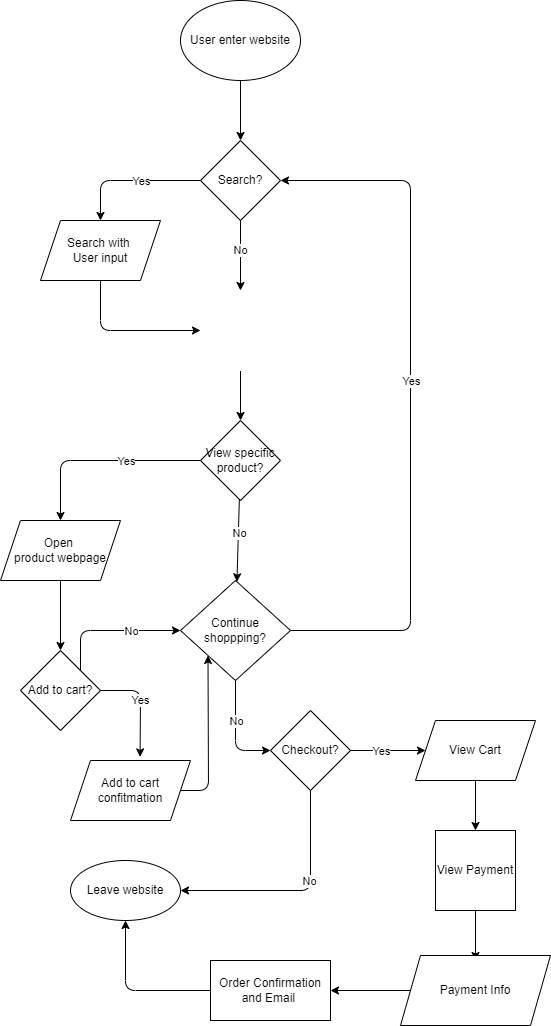
This is explore/diagramming/diagram.drawio.png from pootis2/fa22-cse110-lab4, a draw.io export, as it was before one commit. Source tidied: cells renumbered, new cells last; positions are measured from the earlier drawing's top-left corner, leaving out a move shared by most shapes.
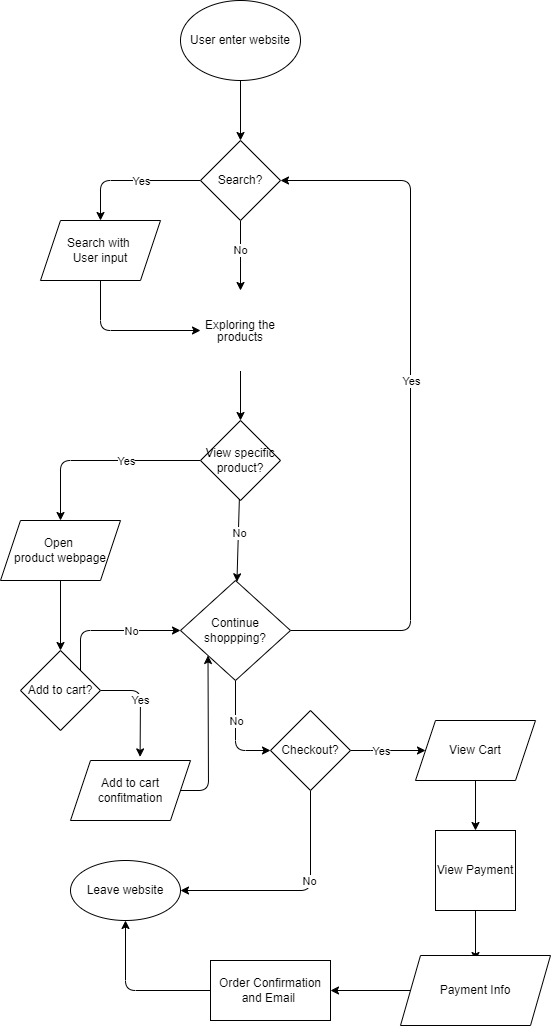
Above is the later version.

Diff of the diagram source:
```diff
@@ -37,7 +37,7 @@
     <mxCell id="10" style="edgeStyle=none;html=1;exitX=0.5;exitY=1;exitDx=0;exitDy=0;entryX=0.5;entryY=0;entryDx=0;entryDy=0;" parent="1" edge="1" source="11" target="16">
       <mxGeometry relative="1" as="geometry" />
     </mxCell>
-    <mxCell id="11" value="&lt;p style=&quot;line-height: 100%;&quot;&gt;&lt;span style=&quot;font-family: &amp;quot;Lato Extended&amp;quot;, Lato, &amp;quot;Helvetica Neue&amp;quot;, Helvetica, Arial, sans-serif; text-align: left;&quot;&gt;&lt;font style=&quot;font-size: 12px;&quot; color=&quot;#ffffff&quot;&gt;Exploring the products&lt;/font&gt;&lt;/span&gt;&lt;/p&gt;" style="whiteSpace=wrap;html=1;strokeColor=#FFFFFF;" parent="1" vertex="1">
+    <mxCell id="11" value="&lt;p style=&quot;line-height: 100%;&quot;&gt;Exploring the products&lt;br&gt;&lt;/p&gt;" style="whiteSpace=wrap;html=1;strokeColor=#FFFFFF;" parent="1" vertex="1">
       <mxGeometry x="200" y="290" width="80" height="80" as="geometry" />
     </mxCell>
     <mxCell id="12" style="edgeStyle=none;html=1;exitX=0;exitY=0.5;exitDx=0;exitDy=0;" parent="1" edge="1" source="16">
```
